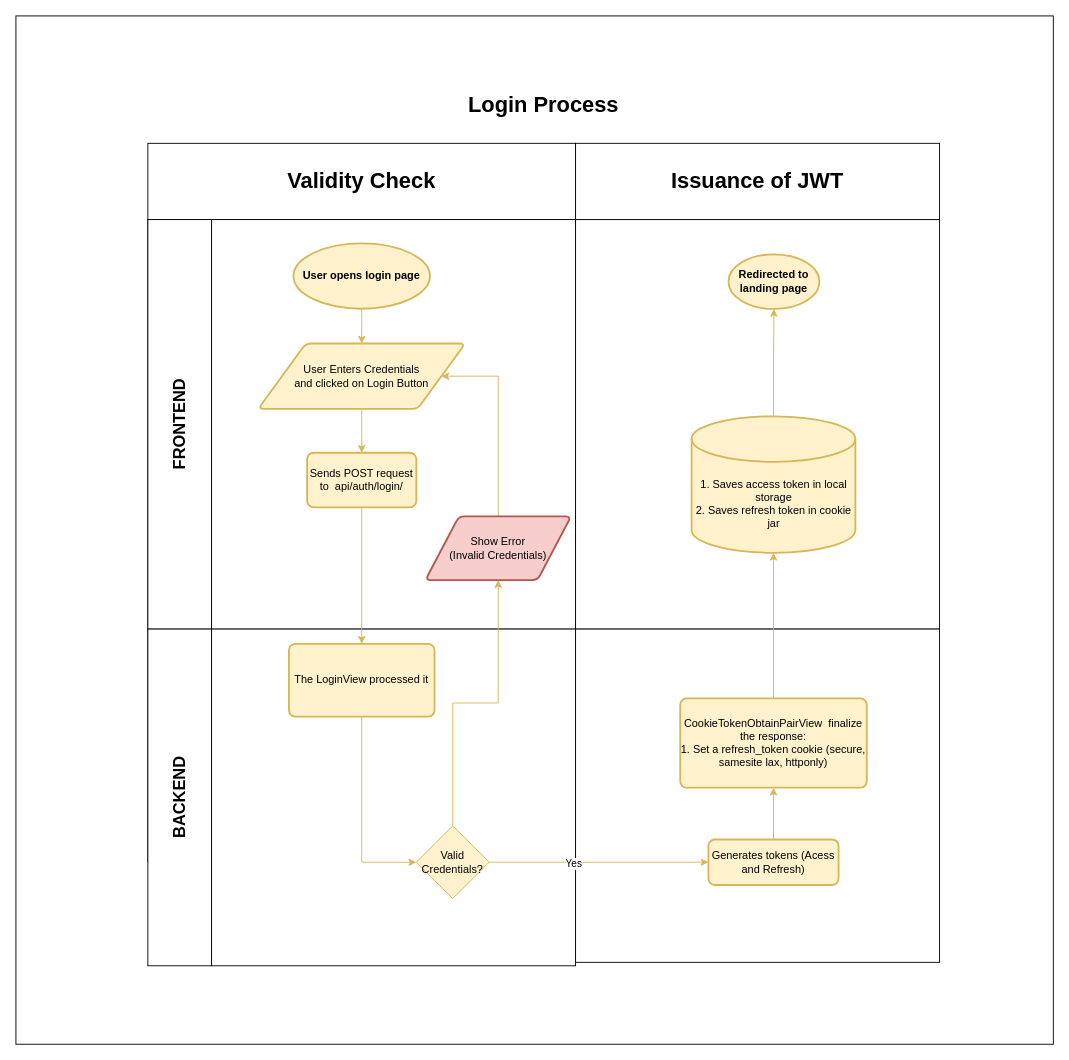
Before: page "auth_login-process" (1 of 4) of E-Commerce Process Flow.drawio in RHILIUS/drawio, a draw.io diagram. Source tidied: cells renumbered, new cells numbered last; positions are measured from the earlier drawing's top-left corner, leaving out a move shared by most shapes. Both pictures are drawn from the tidied source at 91%, with x=0, y=0 at pixel (15, 15).
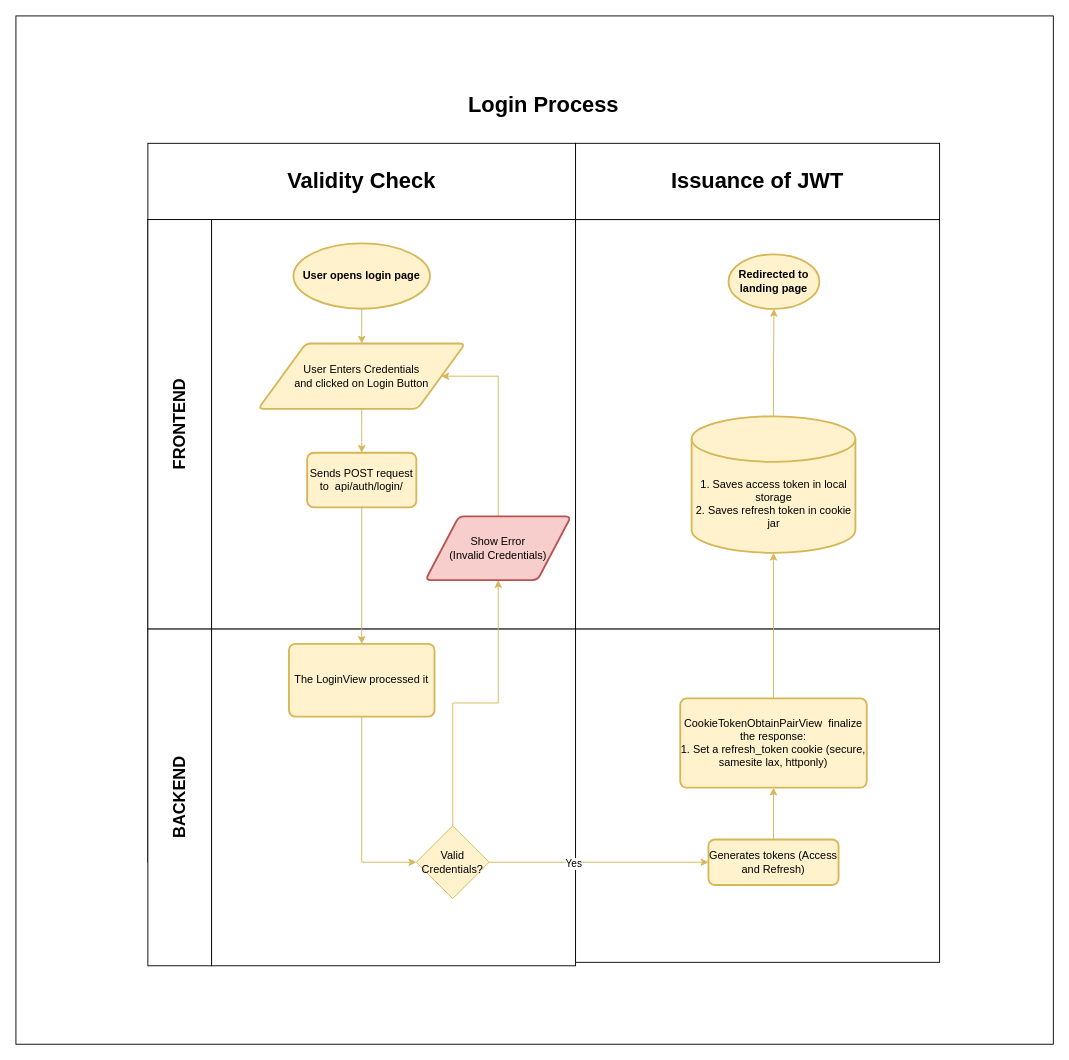
The same page after the edit.

Commit message:
Correct spelling of access

The edit, as a diff of the source:
```diff
@@
-    <mxCell id="32" value="Generates tokens (Acess and Refresh)" style="rounded=1;whiteSpace=wrap;html=1;absoluteArcSize=1;arcSize=14;strokeWidth=2;fillColor=#fff2cc;strokeColor=#d6b656;" parent="1" vertex="1">
+    <mxCell id="32" value="Generates tokens (Access and Refresh)" style="rounded=1;whiteSpace=wrap;html=1;absoluteArcSize=1;arcSize=14;strokeWidth=2;fillColor=#fff2cc;strokeColor=#d6b656;" parent="1" vertex="1">
       <mxGeometry x="761" y="905" width="143" height="50" as="geometry" />
     </mxCell>
```
